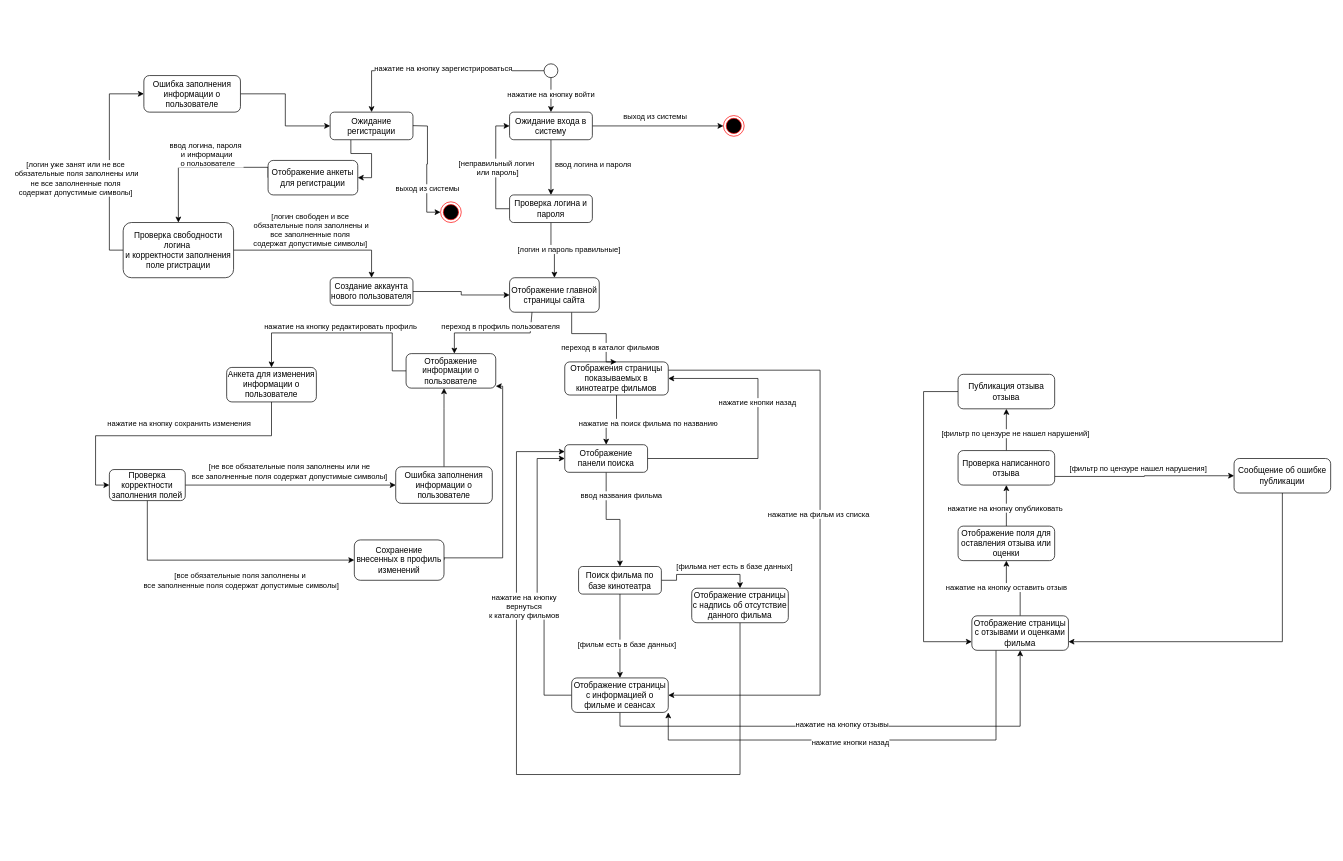
This is Диаграмма_автоматов.drawio from adchvanova-new/UML, a draw.io file, before an edit. Source tidied: cells renumbered, new cells numbered last; positions are measured from the earlier drawing's top-left corner, leaving out a move shared by most shapes. Both pictures are drawn from the tidied source at 69%, with x=0, y=0 at pixel (109, 63).
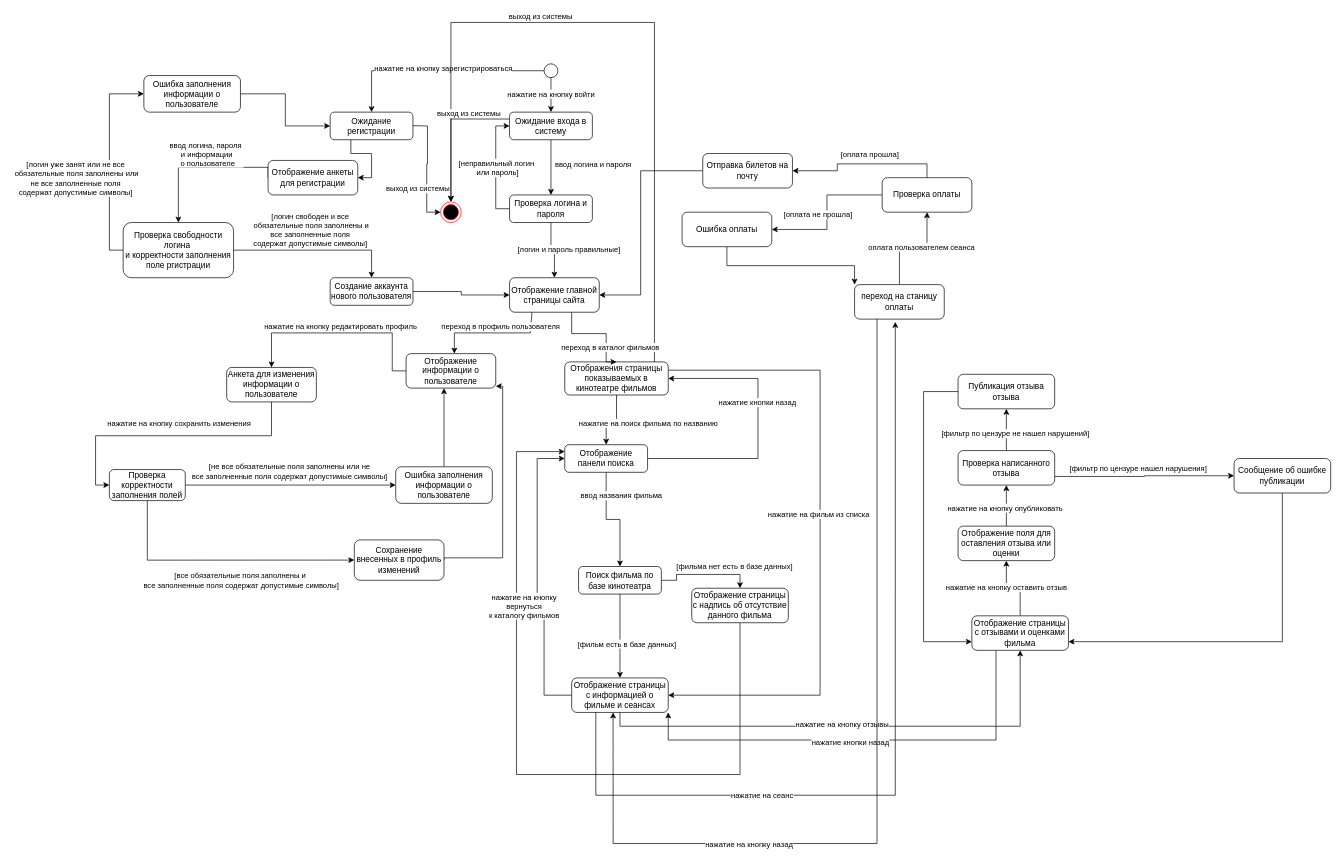
The same page after the edit.

Unchanged cells that the change refers to:
```xml
<mxCell id="6" value="Ожидание входа в систему" style="rounded=1;whiteSpace=wrap;html=1;" parent="1" vertex="1">
  <mxGeometry x="580" y="70" width="120" height="40" as="geometry" />
</mxCell>
<mxCell id="42" style="ellipse;html=1;shape=endState;fillColor=#000000;strokeColor=#ff0000;" parent="1" vertex="1">
  <mxGeometry x="480" y="200" width="30" height="30" as="geometry" />
</mxCell>
<mxCell id="45" value="Отображение главной страницы сайта" style="rounded=1;whiteSpace=wrap;html=1;" parent="1" vertex="1">
  <mxGeometry x="580" y="310" width="130" height="50" as="geometry" />
</mxCell>
<mxCell id="69" value="Отображение страницы с информацией о фильме и сеансах" style="rounded=1;whiteSpace=wrap;html=1;" parent="1" vertex="1">
  <mxGeometry x="670" y="890" width="140" height="50" as="geometry" />
</mxCell>
```

What changed in the source:
```diff
@@
-    <mxCell id="5" style="edgeStyle=orthogonalEdgeStyle;rounded=0;jettySize=auto;html=1;entryX=0;entryY=0.5;entryDx=0;entryDy=0;" parent="1" edge="1" source="6" target="17">
+    <mxCell id="5" style="edgeStyle=orthogonalEdgeStyle;rounded=0;jettySize=auto;html=1;entryX=0.5;entryY=0;entryDx=0;entryDy=0;exitX=0;exitY=0.25;exitDx=0;exitDy=0;" parent="1" edge="1" source="6" target="42">
       <mxGeometry relative="1" as="geometry" />
     </mxCell>
@@
-    <mxCell id="17" style="ellipse;html=1;shape=endState;fillColor=#000000;strokeColor=#ff0000;" parent="1" vertex="1">
-      <mxGeometry x="890" y="75" width="30" height="30" as="geometry" />
-    </mxCell>
@@
+    <mxCell id="95" style="edgeStyle=orthogonalEdgeStyle;rounded=0;jettySize=auto;html=1;" parent="1" edge="1" target="42">
+      <mxGeometry relative="1" as="geometry">
+        <mxPoint x="800" y="440" as="sourcePoint" />
+        <Array as="points">
+          <mxPoint x="790" y="440" />
+          <mxPoint x="790" y="-60" />
+          <mxPoint x="495" y="-60" />
+        </Array>
+      </mxGeometry>
+    </mxCell>
@@
     <mxCell id="49" value="выход из системы" style="edgeLabel;html=1;align=center;verticalAlign=middle;" parent="1" vertex="1">
-      <mxGeometry x="790" y="75" as="geometry" />
+      <mxGeometry x="520" y="71" as="geometry" />
     </mxCell>
     <mxCell id="50" value="выход из системы" style="edgeLabel;html=1;align=center;verticalAlign=middle;" parent="1" vertex="1">
-      <mxGeometry x="460" y="180" as="geometry" />
+      <mxGeometry x="446" y="180" as="geometry" />
     </mxCell>
@@
+    <mxCell id="96" style="edgeStyle=orthogonalEdgeStyle;rounded=0;jettySize=auto;html=1;exitX=0.5;exitY=0;exitDx=0;exitDy=0;" parent="1" edge="1" source="98" target="104">
+      <mxGeometry relative="1" as="geometry" />
+    </mxCell>
+    <mxCell id="97" value="оплата пользователем сеанса" style="edgeLabel;html=1;align=center;verticalAlign=middle;" parent="96" vertex="1">
+      <mxGeometry x="0.16" y="2" relative="1" as="geometry" />
+    </mxCell>
+    <mxCell id="98" value="переход на станицу оплаты" style="rounded=1;whiteSpace=wrap;html=1;" parent="1" vertex="1">
+      <mxGeometry x="1080" y="320" width="130" height="50" as="geometry" />
+    </mxCell>
+    <mxCell id="99" style="edgeStyle=orthogonalEdgeStyle;rounded=0;jettySize=auto;html=1;exitX=0.25;exitY=1;exitDx=0;exitDy=0;entryX=0.454;entryY=1.08;entryDx=0;entryDy=0;entryPerimeter=0;" parent="1" edge="1" source="69" target="98">
+      <mxGeometry relative="1" as="geometry">
+        <Array as="points">
+          <mxPoint x="705" y="1060" />
+          <mxPoint x="1139" y="1060" />
+        </Array>
+      </mxGeometry>
+    </mxCell>
+    <mxCell id="100" value="нажатие на сеанс" style="edgeLabel;html=1;align=center;verticalAlign=middle;" parent="99" vertex="1">
+      <mxGeometry x="-0.42" y="1" relative="1" as="geometry" />
+    </mxCell>
+    <mxCell id="101" style="edgeStyle=orthogonalEdgeStyle;rounded=0;jettySize=auto;html=1;exitX=0;exitY=0.5;exitDx=0;exitDy=0;entryX=1;entryY=0.5;entryDx=0;entryDy=0;" parent="1" edge="1" source="104" target="106">
+      <mxGeometry relative="1" as="geometry" />
+    </mxCell>
+    <mxCell id="102" value="[оплата прошла]" style="edgeLabel;html=1;align=center;verticalAlign=middle;" parent="101" vertex="1">
+      <mxGeometry x="0.69" y="1" relative="1" as="geometry">
+        <mxPoint x="108" y="-111" as="offset" />
+      </mxGeometry>
+    </mxCell>
+    <mxCell id="103" style="edgeStyle=orthogonalEdgeStyle;rounded=0;jettySize=auto;html=1;exitX=0.5;exitY=0;exitDx=0;exitDy=0;entryX=1;entryY=0.5;entryDx=0;entryDy=0;" parent="1" edge="1" source="104" target="108">
+      <mxGeometry relative="1" as="geometry" />
+    </mxCell>
+    <mxCell id="104" value="Проверка оплаты" style="rounded=1;whiteSpace=wrap;html=1;" parent="1" vertex="1">
+      <mxGeometry x="1120" y="165" width="130" height="50" as="geometry" />
+    </mxCell>
+    <mxCell id="105" style="edgeStyle=orthogonalEdgeStyle;rounded=0;jettySize=auto;html=1;exitX=0.5;exitY=1;exitDx=0;exitDy=0;entryX=0;entryY=0;entryDx=0;entryDy=0;" parent="1" edge="1" source="106" target="98">
+      <mxGeometry relative="1" as="geometry" />
+    </mxCell>
+    <mxCell id="106" value="Ошибка оплаты" style="rounded=1;whiteSpace=wrap;html=1;" parent="1" vertex="1">
+      <mxGeometry x="830" y="215" width="130" height="50" as="geometry" />
+    </mxCell>
+    <mxCell id="107" style="edgeStyle=orthogonalEdgeStyle;rounded=0;jettySize=auto;html=1;exitX=0;exitY=0.5;exitDx=0;exitDy=0;entryX=1;entryY=0.5;entryDx=0;entryDy=0;" parent="1" edge="1" source="108" target="45">
+      <mxGeometry relative="1" as="geometry">
+        <Array as="points">
+          <mxPoint x="770" y="155" />
+          <mxPoint x="770" y="335" />
+        </Array>
+      </mxGeometry>
+    </mxCell>
+    <mxCell id="108" value="Отправка билетов на почту" style="rounded=1;whiteSpace=wrap;html=1;" parent="1" vertex="1">
+      <mxGeometry x="860" y="130" width="130" height="50" as="geometry" />
+    </mxCell>
+    <mxCell id="109" value="[оплата не прошла]" style="edgeLabel;html=1;align=center;verticalAlign=middle;" parent="1" vertex="1">
+      <mxGeometry x="1040" y="230" as="geometry">
+        <mxPoint x="-14" y="-12" as="offset" />
+      </mxGeometry>
+    </mxCell>
+    <mxCell id="110" style="edgeStyle=orthogonalEdgeStyle;rounded=0;jettySize=auto;html=1;exitX=0.25;exitY=1;exitDx=0;exitDy=0;entryX=0.429;entryY=1;entryDx=0;entryDy=0;entryPerimeter=0;" parent="1" edge="1" source="98" target="69">
+      <mxGeometry relative="1" as="geometry">
+        <Array as="points">
+          <mxPoint x="1113" y="1130" />
+          <mxPoint x="730" y="1130" />
+        </Array>
+      </mxGeometry>
+    </mxCell>
+    <mxCell id="111" value="нажатие на кнопку назад" style="edgeLabel;html=1;align=center;verticalAlign=middle;" parent="110" vertex="1">
+      <mxGeometry x="0.42" y="1" relative="1" as="geometry" />
+    </mxCell>
+    <mxCell id="112" value="выход из системы" style="edgeLabel;html=1;align=center;verticalAlign=middle;" parent="1" vertex="1">
+      <mxGeometry x="624" y="-69" as="geometry" />
+    </mxCell>
```
